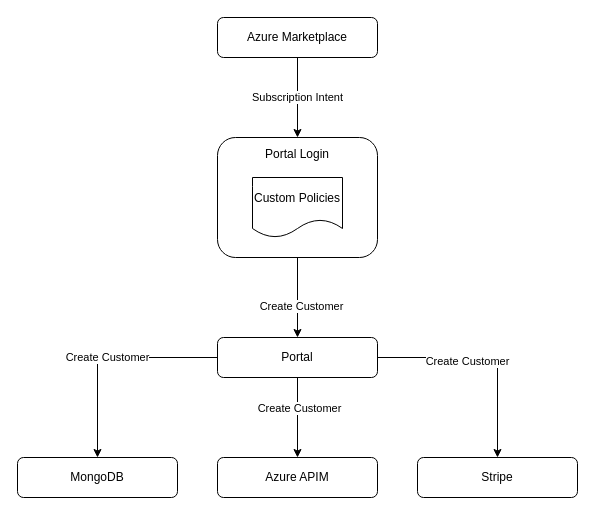
Above: azure-marketplace-integration.drawio in fredyeah/diagrams (draw.io), before the change. Source tidied: cells renumbered, new cells numbered last; positions are measured from the earlier drawing's top-left corner, leaving out a move shared by most shapes. Both pictures are drawn from the tidied source at 100%, with x=0, y=0 at pixel (17, 17).
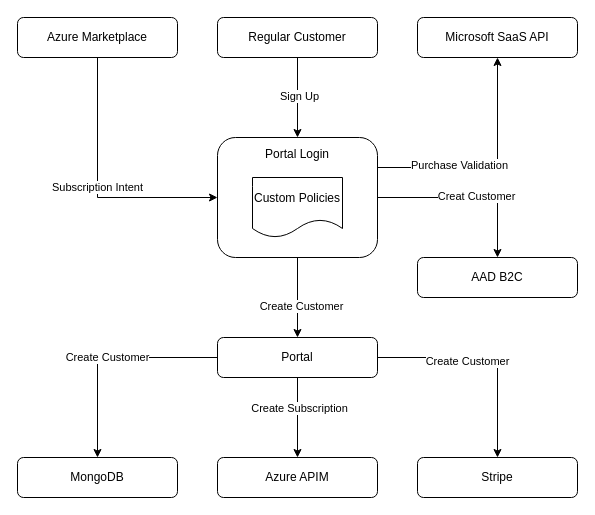
After the change.

Unchanged cells that the change refers to:
```xml
<mxCell id="4" value="&lt;div style=&quot;&quot;&gt;&lt;span style=&quot;background-color: initial; line-height: 1.2;&quot;&gt;Portal Login&lt;/span&gt;&lt;/div&gt;&lt;div style=&quot;&quot;&gt;&lt;span style=&quot;background-color: initial; line-height: 1.2;&quot;&gt;&lt;br&gt;&lt;/span&gt;&lt;/div&gt;&lt;div style=&quot;&quot;&gt;&lt;span style=&quot;background-color: initial; line-height: 1.2;&quot;&gt;&lt;br&gt;&lt;/span&gt;&lt;/div&gt;&lt;div style=&quot;&quot;&gt;&lt;span style=&quot;background-color: initial; line-height: 1.2;&quot;&gt;&lt;br&gt;&lt;/span&gt;&lt;/div&gt;&lt;div style=&quot;&quot;&gt;&lt;span style=&quot;background-color: initial; line-height: 1.2;&quot;&gt;&lt;br&gt;&lt;/span&gt;&lt;/div&gt;&lt;div style=&quot;&quot;&gt;&lt;span style=&quot;background-color: initial; line-height: 1.2;&quot;&gt;&lt;br&gt;&lt;/span&gt;&lt;/div&gt;&lt;div style=&quot;&quot;&gt;&lt;span style=&quot;background-color: initial; line-height: 1.2;&quot;&gt;&lt;br&gt;&lt;/span&gt;&lt;/div&gt;" style="rounded=1;whiteSpace=wrap;html=1;align=center;" parent="1" vertex="1">
  <mxGeometry x="200" y="120" width="160" height="120" as="geometry" />
</mxCell>
<mxCell id="11" style="edgeStyle=orthogonalEdgeStyle;rounded=0;jettySize=auto;html=1;entryX=0.5;entryY=0;entryDx=0;entryDy=0;" parent="1" edge="1" source="13" target="16">
  <mxGeometry relative="1" as="geometry" />
</mxCell>
```

Diff of the diagram source:
```diff
@@
+    <mxCell id="17" style="edgeStyle=orthogonalEdgeStyle;rounded=0;jettySize=auto;html=1;entryX=0.5;entryY=0;entryDx=0;entryDy=0;" parent="1" edge="1" source="4" target="22">
+      <mxGeometry relative="1" as="geometry" />
+    </mxCell>
+    <mxCell id="18" value="Creat Customer" style="edgeLabel;html=1;align=center;verticalAlign=middle;" parent="17" vertex="1">
+      <mxGeometry x="0.09" y="2" relative="1" as="geometry" />
+    </mxCell>
+    <mxCell id="19" style="edgeStyle=orthogonalEdgeStyle;rounded=0;jettySize=auto;html=1;exitX=1;exitY=0.25;exitDx=0;exitDy=0;entryX=0.5;entryY=1;entryDx=0;entryDy=0;" parent="1" edge="1" source="4" target="21">
+      <mxGeometry relative="1" as="geometry" />
+    </mxCell>
+    <mxCell id="20" value="Purchase Validation" style="edgeLabel;html=1;align=center;verticalAlign=middle;" parent="19" vertex="1">
+      <mxGeometry x="-0.3" y="3" relative="1" as="geometry" />
+    </mxCell>
@@
-    <mxCell id="6" value="Subscription Intent" style="edgeStyle=orthogonalEdgeStyle;rounded=0;jettySize=auto;html=1;entryX=0.5;entryY=0;entryDx=0;entryDy=0;" parent="1" edge="1" source="7" target="4">
+    <mxCell id="6" value="Subscription Intent" style="edgeStyle=orthogonalEdgeStyle;rounded=0;jettySize=auto;html=1;entryX=0;entryY=0.5;entryDx=0;entryDy=0;exitX=0.5;exitY=1;exitDx=0;exitDy=0;" parent="1" edge="1" source="7" target="4">
       <mxGeometry relative="1" as="geometry" />
     </mxCell>
     <mxCell id="7" value="Azure Marketplace" style="rounded=1;whiteSpace=wrap;html=1;" parent="1" vertex="1">
-      <mxGeometry x="200" width="160" height="40" as="geometry" />
+      <mxGeometry width="160" height="40" as="geometry" />
     </mxCell>
@@
-    <mxCell id="12" value="Create Customer" style="edgeLabel;html=1;align=center;verticalAlign=middle;" parent="11" vertex="1">
+    <mxCell id="12" value="Create Subscription" style="edgeLabel;html=1;align=center;verticalAlign=middle;" parent="11" vertex="1">
       <mxGeometry x="-0.26" y="1" relative="1" as="geometry" />
     </mxCell>
@@
+    <mxCell id="21" value="Microsoft SaaS API" style="rounded=1;whiteSpace=wrap;html=1;" parent="1" vertex="1">
+      <mxGeometry x="400" width="160" height="40" as="geometry" />
+    </mxCell>
+    <mxCell id="22" value="AAD B2C" style="rounded=1;whiteSpace=wrap;html=1;" parent="1" vertex="1">
+      <mxGeometry x="400" y="240" width="160" height="40" as="geometry" />
+    </mxCell>
+    <mxCell id="23" style="edgeStyle=orthogonalEdgeStyle;rounded=0;jettySize=auto;html=1;entryX=0.5;entryY=0;entryDx=0;entryDy=0;" parent="1" edge="1" source="25" target="4">
+      <mxGeometry relative="1" as="geometry" />
+    </mxCell>
+    <mxCell id="24" value="Sign Up" style="edgeLabel;html=1;align=center;verticalAlign=middle;" parent="23" vertex="1">
+      <mxGeometry x="-0.04" y="1" relative="1" as="geometry" />
+    </mxCell>
+    <mxCell id="25" value="Regular Customer" style="rounded=1;whiteSpace=wrap;html=1;" parent="1" vertex="1">
+      <mxGeometry x="200" width="160" height="40" as="geometry" />
+    </mxCell>
```
